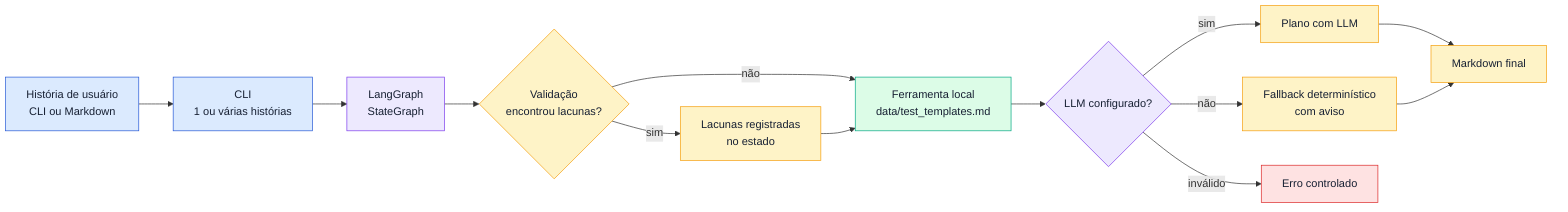
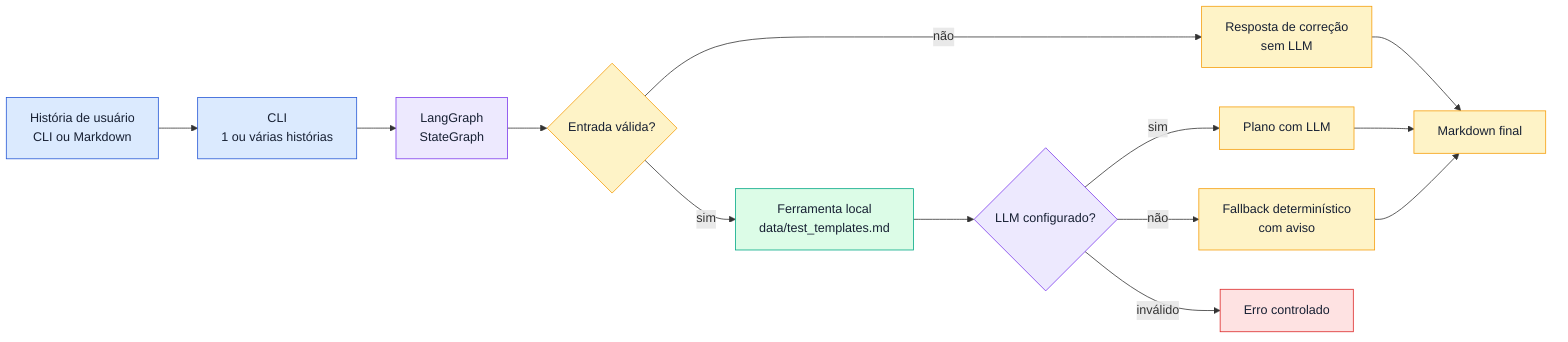
flowchart LR
    input["História de usuário<br/>CLI ou Markdown"] --> cli["CLI<br/>1 ou várias histórias"]
    cli --> state_graph["LangGraph<br/>StateGraph"]
-     state_graph --> validation{"Validação<br/>encontrou lacunas?"}
-     validation -->|não| context["Ferramenta local<br/>data/test_templates.md"]
-     validation -->|sim| gaps["Lacunas registradas<br/>no estado"]
-     gaps --> context
+     state_graph --> validation{"Entrada válida?"}
+     validation -->|não| correction["Resposta de correção<br/>sem LLM"]
+     validation -->|sim| context["Ferramenta local<br/>data/test_templates.md"]
    context --> generation{"LLM configurado?"}
    generation -->|sim| llm["Plano com LLM"]
    generation -->|não| fallback["Fallback determinístico<br/>com aviso"]
    generation -->|inválido| error["Erro controlado"]
    llm --> output["Markdown final"]
    fallback --> output
+     correction --> output

    classDef inputClass fill:#dbeafe,stroke:#2457d6,color:#172033
    classDef validationClass fill:#fef3c7,stroke:#f59e0b,color:#172033
    classDef graphClass fill:#ede9fe,stroke:#7c3aed,color:#172033
    classDef toolClass fill:#dcfce7,stroke:#00a884,color:#172033
    classDef outputClass fill:#fef3c7,stroke:#f59e0b,color:#172033
    classDef errorClass fill:#fee2e2,stroke:#dc2626,color:#172033

    class input,cli inputClass
    class state_graph,generation graphClass
-     class validation,gaps validationClass
+     class validation validationClass
    class context toolClass
-     class llm,fallback,output outputClass
+     class correction,llm,fallback,output outputClass
    class error errorClass